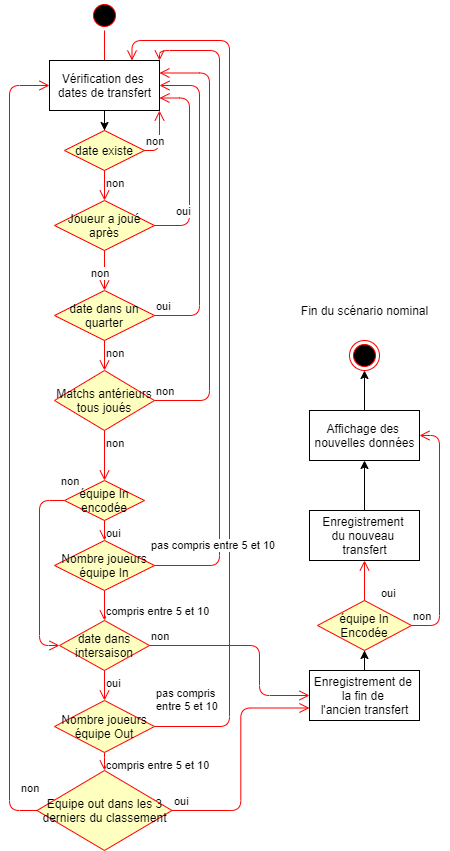
Before: Analyse/Images/Diagramme activité/TransfererJou.png, a diagram exported from draw.io (Ohensmans/FifaManagerEphec). Source tidied: cells renumbered, new cells last; positions are measured from the earlier drawing's top-left corner, leaving out a move shared by most shapes.
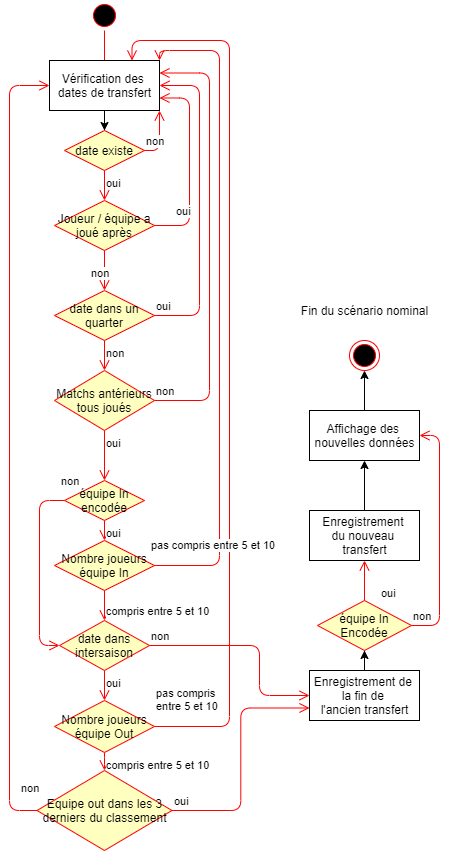
The same diagram one commit later.

Change to the diagram source:
```diff
@@ -26,10 +26,10 @@
         </Array>
       </mxGeometry>
     </mxCell>
-    <mxCell id="8" value="non" style="edgeStyle=orthogonalEdgeStyle;html=1;align=left;verticalAlign=top;endArrow=open;endSize=8;strokeColor=#ff0000;entryX=0.5;entryY=0;entryDx=0;entryDy=0;" parent="1" edge="1" source="6" target="9">
+    <mxCell id="8" value="oui" style="edgeStyle=orthogonalEdgeStyle;html=1;align=left;verticalAlign=top;endArrow=open;endSize=8;strokeColor=#ff0000;entryX=0.5;entryY=0;entryDx=0;entryDy=0;" parent="1" edge="1" source="6" target="9">
       <mxGeometry x="-1" relative="1" as="geometry" />
     </mxCell>
-    <mxCell id="9" value="Joueur a joué après" style="rhombus;whiteSpace=wrap;html=1;fillColor=#ffffc0;strokeColor=#ff0000;" parent="1" vertex="1">
+    <mxCell id="9" value="Joueur / équipe a joué après" style="rhombus;whiteSpace=wrap;html=1;fillColor=#ffffc0;strokeColor=#ff0000;" parent="1" vertex="1">
       <mxGeometry x="45" y="200" width="100" height="50" as="geometry" />
     </mxCell>
     <mxCell id="10" value="oui" style="edgeStyle=orthogonalEdgeStyle;html=1;align=left;verticalAlign=bottom;endArrow=open;endSize=8;strokeColor=#ff0000;entryX=1;entryY=0.75;entryDx=0;entryDy=0;" parent="1" edge="1" source="9" target="5">
@@ -178,7 +178,7 @@
         </Array>
       </mxGeometry>
     </mxCell>
-    <mxCell id="43" value="non" style="edgeStyle=orthogonalEdgeStyle;html=1;align=left;verticalAlign=top;endArrow=open;endSize=8;strokeColor=#ff0000;entryX=0.5;entryY=0;entryDx=0;entryDy=0;" parent="1" edge="1" source="41" target="35">
+    <mxCell id="43" value="oui" style="edgeStyle=orthogonalEdgeStyle;html=1;align=left;verticalAlign=top;endArrow=open;endSize=8;strokeColor=#ff0000;entryX=0.5;entryY=0;entryDx=0;entryDy=0;" parent="1" edge="1" source="41" target="35">
       <mxGeometry x="-1" relative="1" as="geometry" />
     </mxCell>
   </root>
```
